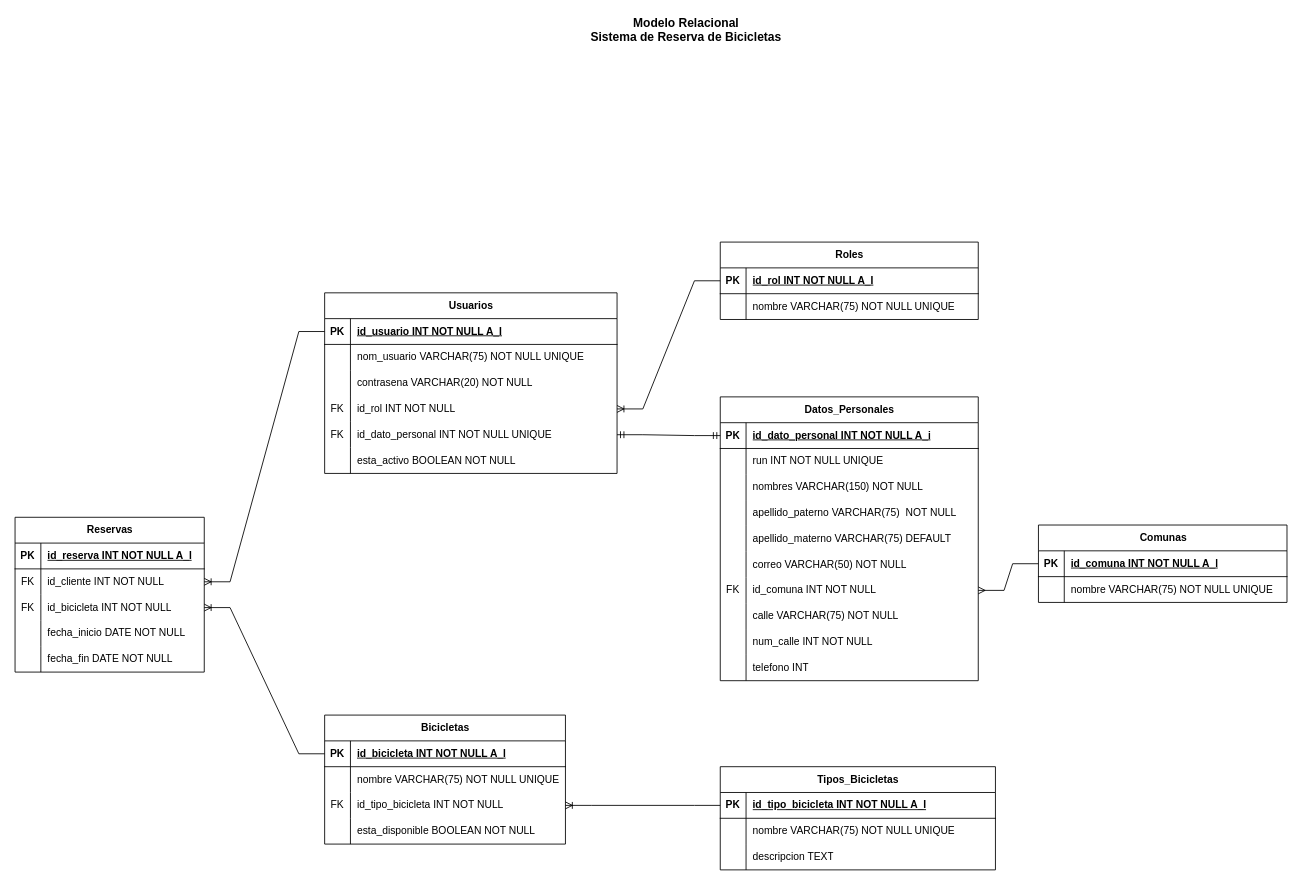
Earlier version of the draw.io diagram Documentos y sql/MR_MV.drawio (mavasquez01/Examen). Source tidied: cells renumbered, new cells numbered last; positions are measured from the earlier drawing's top-left corner, leaving out a move shared by most shapes. Both pictures are drawn from the tidied source at 86%, with x=0, y=0 at pixel (15, 18).
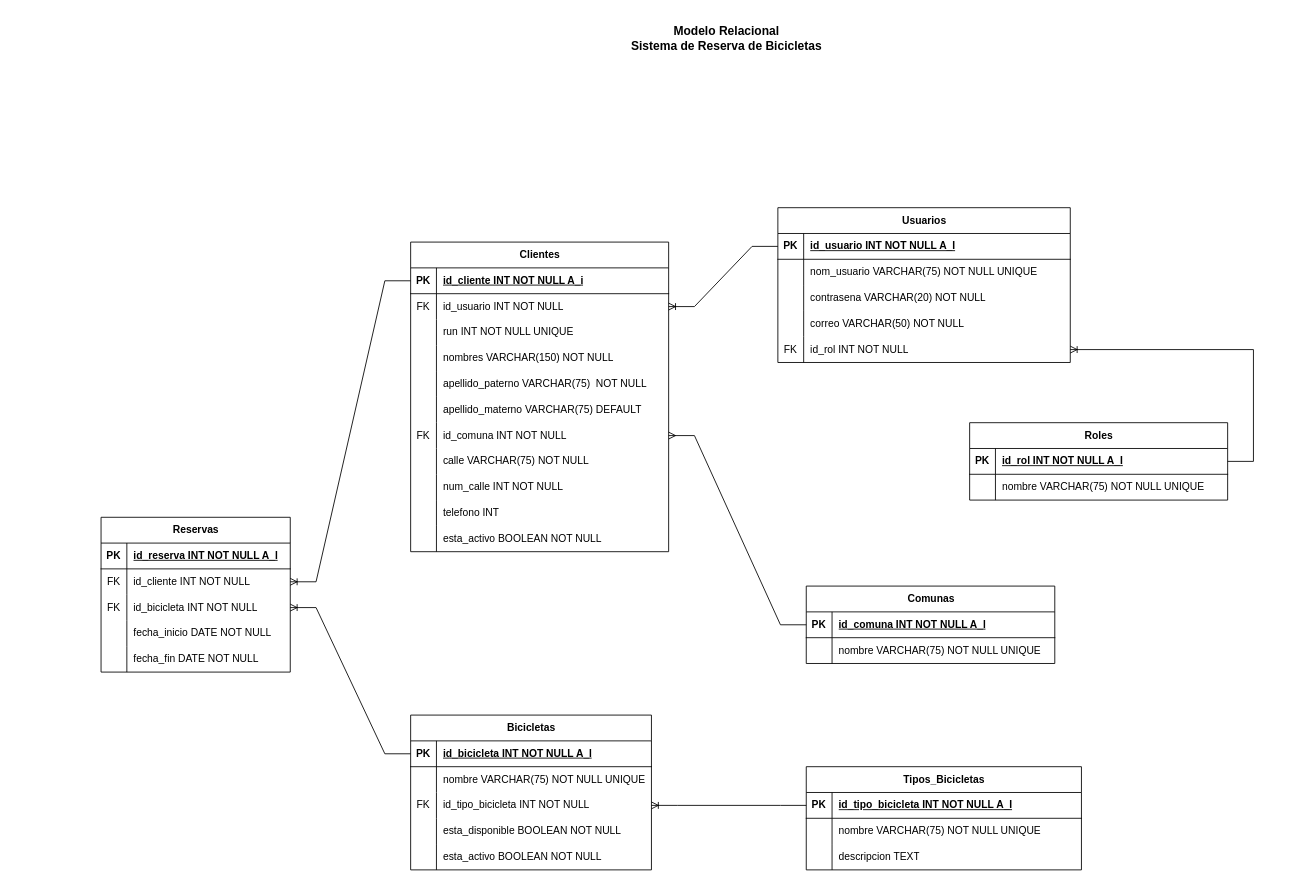
The same diagram, later.

The change refers to these unchanged cells:
```xml
<mxCell id="3" style="shape=tableRow;horizontal=0;startSize=0;swimlaneHead=0;swimlaneBody=0;fillColor=none;points=[[0,0.5],[1,0.5]];portConstraint=eastwest;top=0;left=0;right=0;bottom=1;" parent="2" vertex="1">
  <mxGeometry y="30" width="340" height="30" as="geometry" />
</mxCell>
<mxCell id="45" style="shape=tableRow;horizontal=0;startSize=0;swimlaneHead=0;swimlaneBody=0;fillColor=none;points=[[0,0.5],[1,0.5]];portConstraint=eastwest;top=0;left=0;right=0;bottom=0;" parent="41" vertex="1">
  <mxGeometry y="60" width="220" height="30" as="geometry" />
</mxCell>
<mxCell id="81" style="shape=tableRow;horizontal=0;startSize=0;swimlaneHead=0;swimlaneBody=0;fillColor=none;points=[[0,0.5],[1,0.5]];portConstraint=eastwest;top=0;left=0;right=0;bottom=1;" parent="80" vertex="1">
  <mxGeometry y="30" width="300" height="30" as="geometry" />
</mxCell>
<mxCell id="84" style="shape=tableRow;horizontal=0;startSize=0;swimlaneHead=0;swimlaneBody=0;fillColor=none;points=[[0,0.5],[1,0.5]];portConstraint=eastwest;top=0;left=0;right=0;bottom=0;" parent="80" vertex="1">
  <mxGeometry y="60" width="300" height="30" as="geometry" />
</mxCell>
```

Diff of the diagram source:
```diff
@@
     <mxCell id="2" value="Usuarios" style="shape=table;startSize=30;childLayout=tableLayout;rowLines=0;fontStyle=1;align=center;html=1;" parent="1" vertex="1">
-      <mxGeometry x="360" y="319" width="340" height="210" as="geometry" />
+      <mxGeometry x="887" y="220" width="340" height="180" as="geometry" />
     </mxCell>
@@
+    <mxCell id="112" style="shape=tableRow;horizontal=0;startSize=0;swimlaneHead=0;swimlaneBody=0;fillColor=none;top=0;left=0;right=0;bottom=0;" parent="2" vertex="1">
+      <mxGeometry y="120" width="340" height="30" as="geometry" />
+    </mxCell>
+    <mxCell id="113" style="shape=partialRectangle;fillColor=none;top=0;left=0;bottom=0;right=0;overflow=hidden;whiteSpace=wrap;html=1;" parent="112" vertex="1">
+      <mxGeometry width="30" height="30" as="geometry" />
+    </mxCell>
+    <mxCell id="98" value="correo VARCHAR(50) NOT NULL" style="shape=partialRectangle;fillColor=none;top=0;left=0;bottom=0;right=0;align=left;spacingLeft=6;overflow=hidden;whiteSpace=wrap;html=1;" parent="112" vertex="1">
+      <mxGeometry x="30" width="310" height="30" as="geometry" />
+    </mxCell>
     <mxCell id="12" style="shape=tableRow;horizontal=0;startSize=0;swimlaneHead=0;swimlaneBody=0;fillColor=none;points=[[0,0.5],[1,0.5]];portConstraint=eastwest;top=0;left=0;right=0;bottom=0;" parent="2" vertex="1">
-      <mxGeometry y="120" width="340" height="30" as="geometry" />
+      <mxGeometry y="150" width="340" height="30" as="geometry" />
     </mxCell>
@@
-    <mxCell id="15" style="shape=tableRow;horizontal=0;startSize=0;swimlaneHead=0;swimlaneBody=0;fillColor=none;points=[[0,0.5],[1,0.5]];portConstraint=eastwest;top=0;left=0;right=0;bottom=0;" parent="2" vertex="1">
-      <mxGeometry y="150" width="340" height="30" as="geometry" />
-    </mxCell>
-    <mxCell id="16" value="FK" style="shape=partialRectangle;fillColor=none;top=0;left=0;bottom=0;right=0;overflow=hidden;whiteSpace=wrap;html=1;" parent="15" vertex="1">
-      <mxGeometry width="30" height="30" as="geometry" />
-    </mxCell>
-    <mxCell id="17" value="id_dato_personal INT NOT NULL UNIQUE" style="shape=partialRectangle;fillColor=none;top=0;left=0;bottom=0;right=0;align=left;spacingLeft=6;overflow=hidden;whiteSpace=wrap;html=1;" parent="15" vertex="1">
-      <mxGeometry x="30" width="310" height="30" as="geometry" />
-    </mxCell>
-    <mxCell id="18" style="shape=tableRow;horizontal=0;startSize=0;swimlaneHead=0;swimlaneBody=0;fillColor=none;top=0;left=0;right=0;bottom=0;" parent="2" vertex="1">
-      <mxGeometry y="180" width="340" height="30" as="geometry" />
-    </mxCell>
-    <mxCell id="19" style="shape=partialRectangle;fillColor=none;top=0;left=0;bottom=0;right=0;overflow=hidden;whiteSpace=wrap;html=1;" parent="18" vertex="1">
-      <mxGeometry width="30" height="30" as="geometry" />
-    </mxCell>
-    <mxCell id="20" value="esta_activo BOOLEAN NOT NULL" style="shape=partialRectangle;fillColor=none;top=0;left=0;bottom=0;right=0;align=left;spacingLeft=6;overflow=hidden;whiteSpace=wrap;html=1;" parent="18" vertex="1">
-      <mxGeometry x="30" width="310" height="30" as="geometry" />
-    </mxCell>
     <mxCell id="21" value="Roles" style="shape=table;startSize=30;childLayout=tableLayout;rowLines=0;fontStyle=1;align=center;html=1;" parent="1" vertex="1">
-      <mxGeometry x="820" y="260" width="300" height="90" as="geometry" />
+      <mxGeometry x="1110" y="470" width="300" height="90" as="geometry" />
     </mxCell>
@@
     <mxCell id="28" value="Bicicletas" style="shape=table;startSize=30;childLayout=tableLayout;rowLines=0;fontStyle=1;align=center;html=1;" parent="1" vertex="1">
-      <mxGeometry x="360" y="810" width="280" height="150" as="geometry" />
+      <mxGeometry x="460" y="810" width="280" height="180" as="geometry" />
     </mxCell>
@@
+    <mxCell id="114" style="shape=tableRow;horizontal=0;startSize=0;swimlaneHead=0;swimlaneBody=0;fillColor=none;top=0;left=0;right=0;bottom=0;" parent="28" vertex="1">
+      <mxGeometry y="150" width="280" height="30" as="geometry" />
+    </mxCell>
+    <mxCell id="115" style="shape=partialRectangle;fillColor=none;top=0;left=0;bottom=0;right=0;overflow=hidden;whiteSpace=wrap;html=1;" parent="114" vertex="1">
+      <mxGeometry width="30" height="30" as="geometry" />
+    </mxCell>
+    <mxCell id="116" value="esta_activo BOOLEAN NOT NULL" style="shape=partialRectangle;fillColor=none;top=0;left=0;bottom=0;right=0;align=left;spacingLeft=6;overflow=hidden;whiteSpace=wrap;html=1;" parent="114" vertex="1">
+      <mxGeometry x="30" width="250" height="30" as="geometry" />
+    </mxCell>
     <mxCell id="41" value="Reservas" style="shape=table;startSize=30;childLayout=tableLayout;rowLines=0;fontStyle=1;align=center;html=1;" parent="1" vertex="1">
-      <mxGeometry y="580" width="220" height="180" as="geometry" />
+      <mxGeometry x="100" y="580" width="220" height="180" as="geometry" />
     </mxCell>
@@
     <mxCell id="57" value="Tipos_Bicicletas" style="shape=table;startSize=30;childLayout=tableLayout;rowLines=0;fontStyle=1;align=center;html=1;" parent="1" vertex="1">
-      <mxGeometry x="820" y="870" width="320" height="120" as="geometry" />
+      <mxGeometry x="920" y="870" width="320" height="120" as="geometry" />
     </mxCell>
@@
     <mxCell id="67" value="&lt;span style=&quot;font-size: 14px;&quot;&gt;Modelo Relacional&lt;/span&gt;&lt;div&gt;&lt;span style=&quot;font-size: 14px;&quot;&gt;Sistema de Reserva de Bicicletas&lt;/span&gt;&lt;/div&gt;" style="text;align=center;fontStyle=1;verticalAlign=middle;spacingLeft=3;spacingRight=3;strokeColor=none;html=1;" parent="1" vertex="1">
-      <mxGeometry x="740" width="80" height="26" as="geometry" />
+      <mxGeometry x="787" y="10" width="80" height="26" as="geometry" />
     </mxCell>
     <mxCell id="68" value="Comunas" style="shape=table;startSize=30;childLayout=tableLayout;rowLines=0;fontStyle=1;align=center;html=1;" parent="1" vertex="1">
-      <mxGeometry x="1190" y="589" width="289" height="90" as="geometry" />
+      <mxGeometry x="920" y="660" width="289" height="90" as="geometry" />
     </mxCell>
@@
-    <mxCell id="77" style="edgeStyle=entityRelationEdgeStyle;fontSize=12;html=1;endArrow=ERoneToMany;rounded=0;" parent="1" edge="1" source="3" target="45">
+    <mxCell id="77" style="edgeStyle=entityRelationEdgeStyle;fontSize=12;html=1;endArrow=ERoneToMany;rounded=0;" parent="1" edge="1" source="81" target="45">
       <mxGeometry relative="1" as="geometry" />
     </mxCell>
@@
-    <mxCell id="80" value="Datos_Personales" style="shape=table;startSize=30;childLayout=tableLayout;rowLines=0;fontStyle=1;align=center;html=1;" parent="1" vertex="1">
-      <mxGeometry x="820" y="440" width="300" height="330" as="geometry" />
+    <mxCell id="80" value="Clientes" style="shape=table;startSize=30;childLayout=tableLayout;rowLines=0;fontStyle=1;align=center;html=1;" parent="1" vertex="1">
+      <mxGeometry x="460" y="260" width="300" height="360" as="geometry" />
     </mxCell>
@@
-    <mxCell id="83" value="id_dato_personal INT NOT NULL A_i" style="shape=partialRectangle;fillColor=none;top=0;left=0;bottom=0;right=0;align=left;spacingLeft=6;fontStyle=5;overflow=hidden;whiteSpace=wrap;html=1;" parent="81" vertex="1">
+    <mxCell id="83" value="id_cliente INT NOT NULL A_i" style="shape=partialRectangle;fillColor=none;top=0;left=0;bottom=0;right=0;align=left;spacingLeft=6;fontStyle=5;overflow=hidden;whiteSpace=wrap;html=1;" parent="81" vertex="1">
       <mxGeometry x="30" width="270" height="30" as="geometry" />
     </mxCell>
@@
-    <mxCell id="85" style="shape=partialRectangle;fillColor=none;top=0;left=0;bottom=0;right=0;overflow=hidden;whiteSpace=wrap;html=1;" parent="84" vertex="1">
+    <mxCell id="85" value="FK" style="shape=partialRectangle;fillColor=none;top=0;left=0;bottom=0;right=0;overflow=hidden;whiteSpace=wrap;html=1;" parent="84" vertex="1">
       <mxGeometry width="30" height="30" as="geometry" />
     </mxCell>
-    <mxCell id="86" value="run INT NOT NULL UNIQUE" style="shape=partialRectangle;fillColor=none;top=0;left=0;bottom=0;right=0;align=left;spacingLeft=6;overflow=hidden;whiteSpace=wrap;html=1;" parent="84" vertex="1">
+    <mxCell id="86" value="id_usuario INT NOT NULL" style="shape=partialRectangle;fillColor=none;top=0;left=0;bottom=0;right=0;align=left;spacingLeft=6;overflow=hidden;whiteSpace=wrap;html=1;" parent="84" vertex="1">
       <mxGeometry x="30" width="270" height="30" as="geometry" />
     </mxCell>
+    <mxCell id="117" style="shape=tableRow;horizontal=0;startSize=0;swimlaneHead=0;swimlaneBody=0;fillColor=none;top=0;left=0;right=0;bottom=0;" parent="80" vertex="1">
+      <mxGeometry y="90" width="300" height="30" as="geometry" />
+    </mxCell>
+    <mxCell id="118" style="shape=partialRectangle;fillColor=none;top=0;left=0;bottom=0;right=0;overflow=hidden;whiteSpace=wrap;html=1;" parent="117" vertex="1">
+      <mxGeometry width="30" height="30" as="geometry" />
+    </mxCell>
+    <mxCell id="119" value="run INT NOT NULL UNIQUE" style="shape=partialRectangle;fillColor=none;top=0;left=0;bottom=0;right=0;align=left;spacingLeft=6;overflow=hidden;whiteSpace=wrap;html=1;" parent="117" vertex="1">
+      <mxGeometry x="30" width="270" height="30" as="geometry" />
+    </mxCell>
     <mxCell id="87" style="shape=tableRow;horizontal=0;startSize=0;swimlaneHead=0;swimlaneBody=0;fillColor=none;top=0;left=0;right=0;bottom=0;" parent="80" vertex="1">
-      <mxGeometry y="90" width="300" height="30" as="geometry" />
+      <mxGeometry y="120" width="300" height="30" as="geometry" />
     </mxCell>
@@
     <mxCell id="90" style="shape=tableRow;horizontal=0;startSize=0;swimlaneHead=0;swimlaneBody=0;fillColor=none;top=0;left=0;right=0;bottom=0;" parent="80" vertex="1">
-      <mxGeometry y="120" width="300" height="30" as="geometry" />
+      <mxGeometry y="150" width="300" height="30" as="geometry" />
     </mxCell>
@@
     <mxCell id="93" style="shape=tableRow;horizontal=0;startSize=0;swimlaneHead=0;swimlaneBody=0;fillColor=none;top=0;left=0;right=0;bottom=0;" parent="80" vertex="1">
-      <mxGeometry y="150" width="300" height="30" as="geometry" />
+      <mxGeometry y="180" width="300" height="30" as="geometry" />
     </mxCell>
@@
-    <mxCell id="96" style="shape=tableRow;horizontal=0;startSize=0;swimlaneHead=0;swimlaneBody=0;fillColor=none;top=0;left=0;right=0;bottom=0;" parent="80" vertex="1">
-      <mxGeometry y="180" width="300" height="30" as="geometry" />
-    </mxCell>
-    <mxCell id="97" style="shape=partialRectangle;fillColor=none;top=0;left=0;bottom=0;right=0;overflow=hidden;whiteSpace=wrap;html=1;" parent="96" vertex="1">
-      <mxGeometry width="30" height="30" as="geometry" />
-    </mxCell>
-    <mxCell id="98" value="correo VARCHAR(50) NOT NULL" style="shape=partialRectangle;fillColor=none;top=0;left=0;bottom=0;right=0;align=left;spacingLeft=6;overflow=hidden;whiteSpace=wrap;html=1;" parent="96" vertex="1">
-      <mxGeometry x="30" width="270" height="30" as="geometry" />
-    </mxCell>
@@
-    <mxCell id="111" style="edgeStyle=entityRelationEdgeStyle;fontSize=12;html=1;endArrow=ERmandOne;startArrow=ERmandOne;rounded=0;" parent="1" edge="1" source="15" target="81">
-      <mxGeometry relative="1" as="geometry" />
-    </mxCell>
+    <mxCell id="120" style="shape=tableRow;horizontal=0;startSize=0;swimlaneHead=0;swimlaneBody=0;fillColor=none;top=0;left=0;right=0;bottom=0;" parent="80" vertex="1">
+      <mxGeometry y="330" width="300" height="30" as="geometry" />
+    </mxCell>
+    <mxCell id="121" style="shape=partialRectangle;fillColor=none;top=0;left=0;bottom=0;right=0;overflow=hidden;whiteSpace=wrap;html=1;" parent="120" vertex="1">
+      <mxGeometry width="30" height="30" as="geometry" />
+    </mxCell>
+    <mxCell id="122" value="esta_activo BOOLEAN NOT NULL" style="shape=partialRectangle;fillColor=none;top=0;left=0;bottom=0;right=0;align=left;spacingLeft=6;overflow=hidden;whiteSpace=wrap;html=1;" parent="120" vertex="1">
+      <mxGeometry x="30" width="270" height="30" as="geometry" />
+    </mxCell>
+    <mxCell id="123" style="edgeStyle=entityRelationEdgeStyle;fontSize=12;html=1;endArrow=ERoneToMany;rounded=0;" parent="1" edge="1" source="3" target="84">
+      <mxGeometry relative="1" as="geometry" />
+    </mxCell>
```
